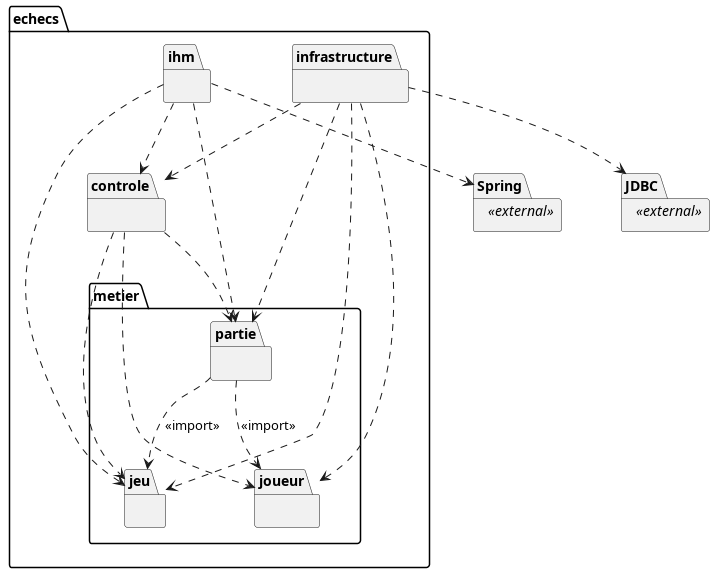
The PlantUML diagram diagrams/packages-architecture.png in kevinBissouth/projet_echecs_tic315, before a commit.
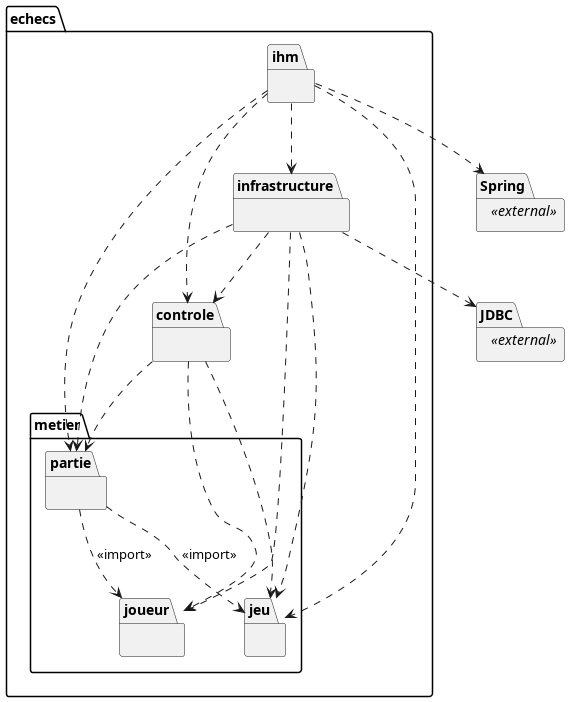
After the commit.

The edit, as a diff of the source:
```diff
@@ -26,6 +26,7 @@
 }
 
 ihm ..> controle
+ihm ..> infrastructure
 ihm ..> partie
 ihm ..> jeu
 ihm ..> Spring
```
